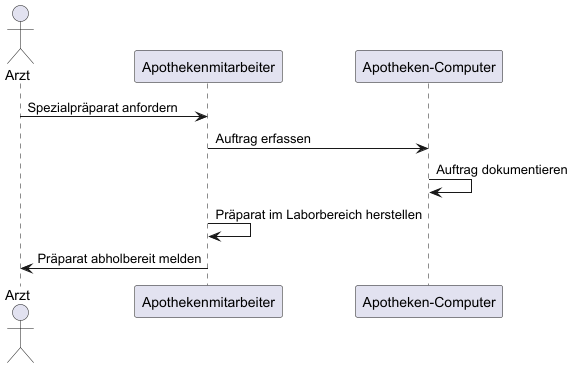
Above: src/main/asciidoc/models/analysis/use-cases/sequence_3.png in Jack4948/Apotheke-G5-Public (PlantUML), before the change. Its source is kept beside it as src/main/asciidoc/models/analysis/use-cases/sequence_3.puml.
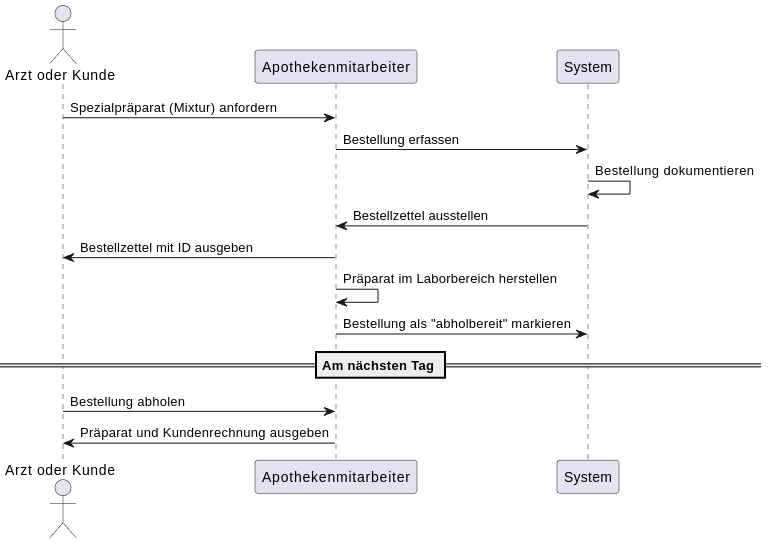
The same file after the commit.

Commit message:
Adjust the sequence diagram for mixtures

(according to the meeting on 10.04.2025)

Change to the diagram source:
```diff
@@ -1,11 +1,19 @@
-@startuml
-actor Arzt
+@startuml UC006
+actor "Arzt oder Kunde"
 participant Apothekenmitarbeiter
-participant "Apotheken-Computer"
+participant System
 
-Arzt -> Apothekenmitarbeiter : Spezialpräparat anfordern
-Apothekenmitarbeiter -> "Apotheken-Computer" : Auftrag erfassen
-"Apotheken-Computer" -> "Apotheken-Computer" : Auftrag dokumentieren
+"Arzt oder Kunde" -> Apothekenmitarbeiter : Spezialpräparat (Mixtur) anfordern
+Apothekenmitarbeiter -> System : Bestellung erfassen
+System -> System : Bestellung dokumentieren
+System -> Apothekenmitarbeiter : Bestellzettel ausstellen
+Apothekenmitarbeiter -> "Arzt oder Kunde" : Bestellzettel mit ID ausgeben
+
 Apothekenmitarbeiter -> Apothekenmitarbeiter : Präparat im Laborbereich herstellen
-Apothekenmitarbeiter -> Arzt : Präparat abholbereit melden
+Apothekenmitarbeiter -> System : Bestellung als "abholbereit" markieren
+
+== Am nächsten Tag ==
+
+"Arzt oder Kunde" -> Apothekenmitarbeiter : Bestellung abholen
+Apothekenmitarbeiter -> "Arzt oder Kunde" : Präparat und Kundenrechnung ausgeben
 @enduml
```
